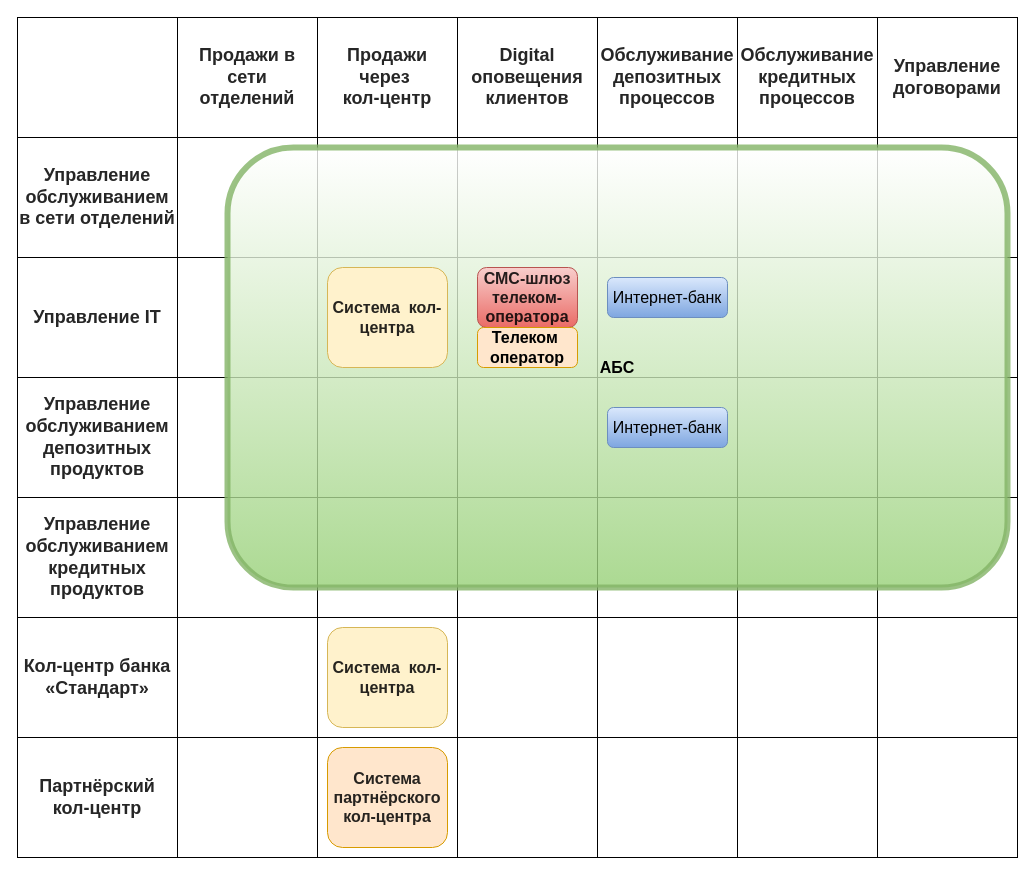
This is Task_1/it_landscape.drawio from belyaev-a-g/architecture-standart, a draw.io file, before an edit. Source tidied: cells renumbered, new cells numbered last; positions are measured from the earlier drawing's top-left corner, leaving out a move shared by most shapes. Both pictures are drawn from the tidied source at 100%, with x=0, y=0 at pixel (17, 17).
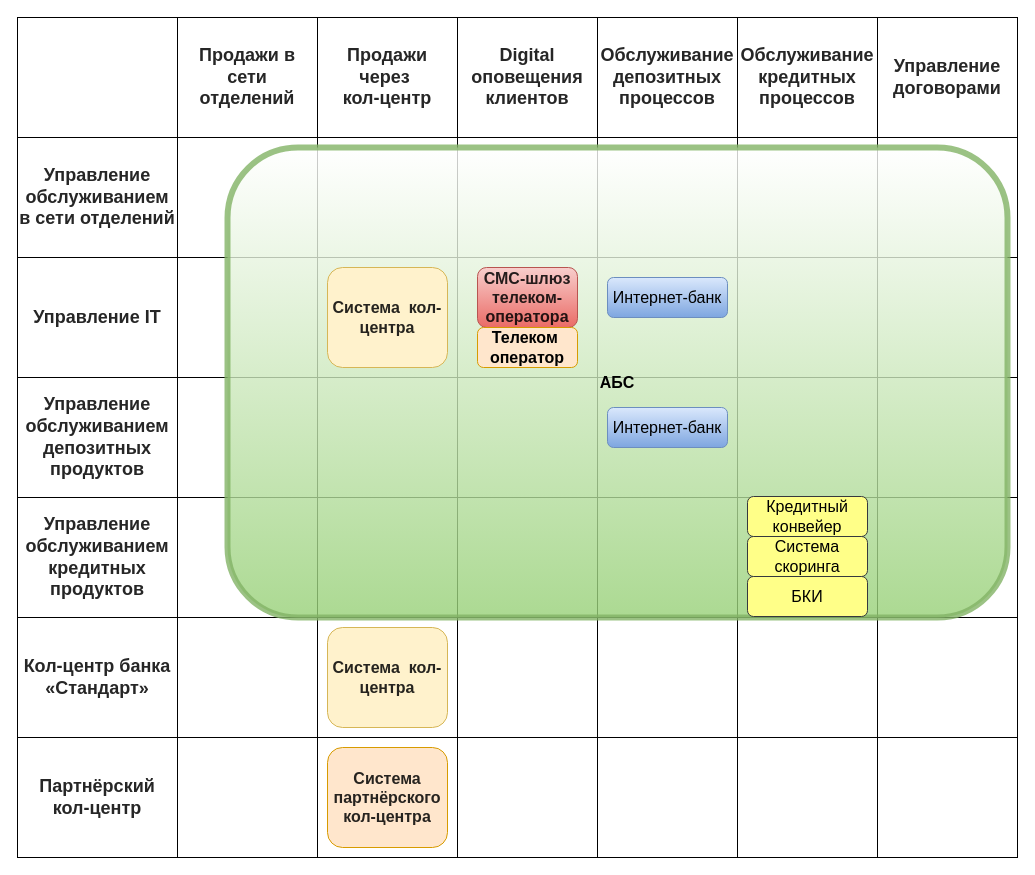
Above is the later version.

The edit, as a diff of the source:
```diff
@@
     <mxCell id="66" value="&lt;font style=&quot;font-size: 16px;&quot;&gt;&lt;b&gt;АБС&lt;/b&gt;&lt;/font&gt;" style="rounded=1;whiteSpace=wrap;html=1;fillColor=default;strokeColor=#82b366;fillStyle=auto;gradientColor=#97d077;labelPosition=center;verticalLabelPosition=middle;align=center;verticalAlign=middle;strokeWidth=6;opacity=80;" parent="1" vertex="1">
-      <mxGeometry x="210" y="130" width="780" height="440" as="geometry" />
+      <mxGeometry x="210" y="130" width="780" height="470" as="geometry" />
     </mxCell>
@@
+    <mxCell id="72" value="&lt;font style=&quot;font-size: 16px;&quot;&gt;Кредитный конвейер&lt;/font&gt;" style="rounded=1;whiteSpace=wrap;html=1;fillColor=#ffff88;strokeColor=#36393d;labelBorderColor=none;labelBackgroundColor=none;" parent="1" vertex="1">
+      <mxGeometry x="730" y="479" width="120" height="40" as="geometry" />
+    </mxCell>
+    <mxCell id="73" value="&lt;font style=&quot;font-size: 16px;&quot;&gt;Система скоринга&lt;/font&gt;" style="rounded=1;whiteSpace=wrap;html=1;fillColor=#ffff88;strokeColor=#36393d;labelBorderColor=none;labelBackgroundColor=none;" parent="1" vertex="1">
+      <mxGeometry x="730" y="519" width="120" height="40" as="geometry" />
+    </mxCell>
+    <mxCell id="74" value="&lt;font style=&quot;font-size: 16px;&quot;&gt;БКИ&lt;/font&gt;" style="rounded=1;whiteSpace=wrap;html=1;fillColor=#ffff88;strokeColor=#36393d;labelBorderColor=none;labelBackgroundColor=none;" parent="1" vertex="1">
+      <mxGeometry x="730" y="559" width="120" height="40" as="geometry" />
+    </mxCell>
```
